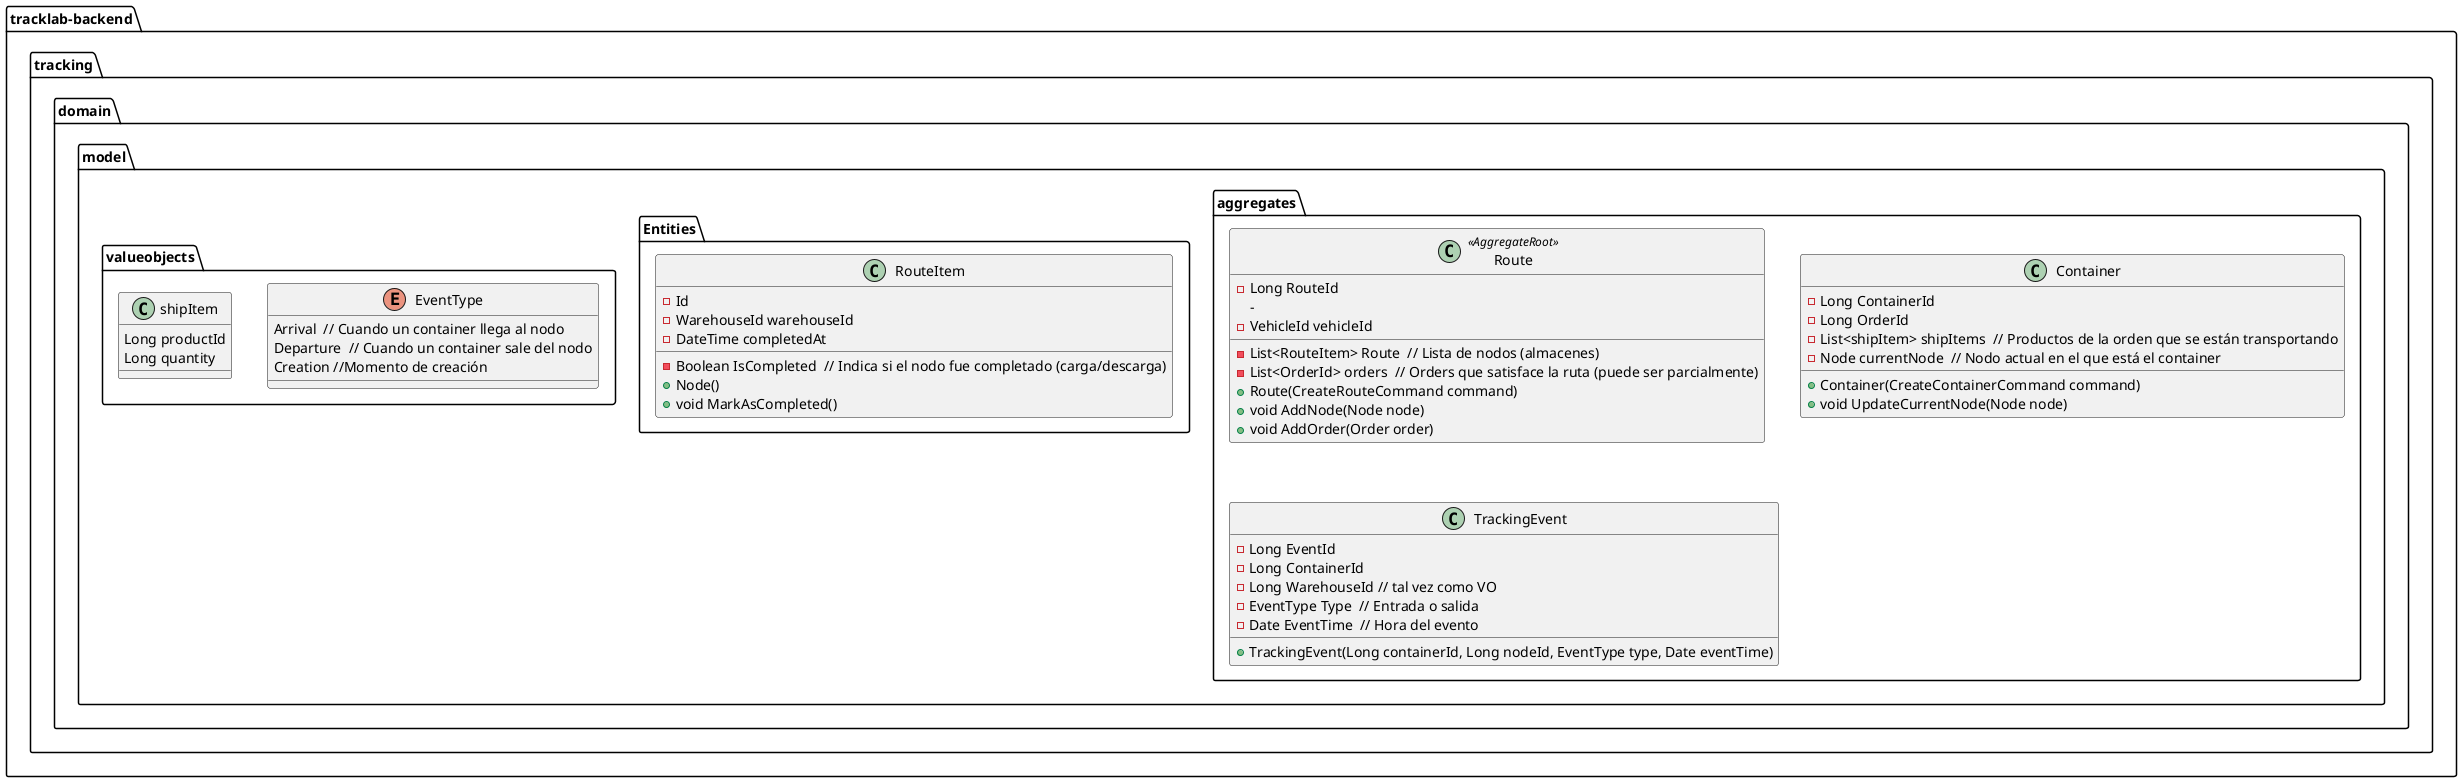
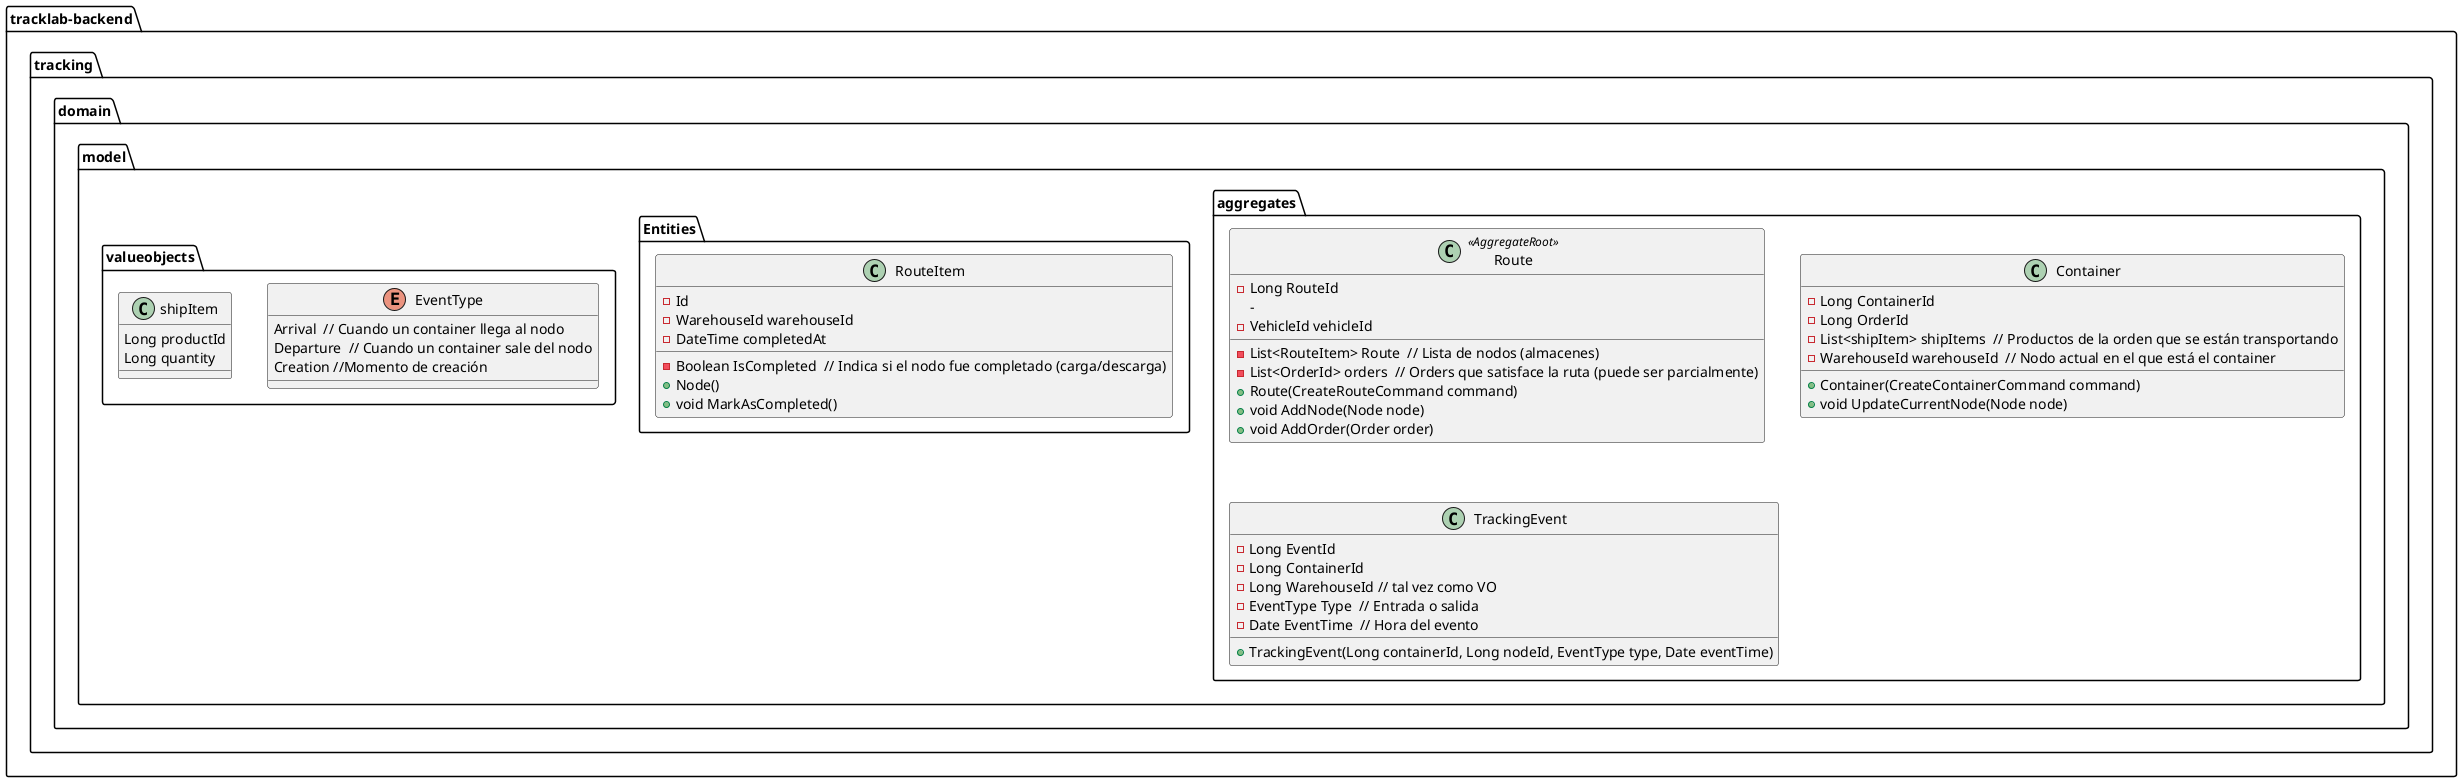
@startuml
package tracklab-backend as tracklab_backend  {
    package tracking {
        package domain {
            package model {
                package aggregates {
                    class Route <<AggregateRoot>> {
                        - Long RouteId
                        - List<RouteItem> Route  // Lista de nodos (almacenes)
                        - List<OrderId> orders  // Orders que satisface la ruta (puede ser parcialmente)
                        -
                        - VehicleId vehicleId
                        + Route(CreateRouteCommand command)
                        + void AddNode(Node node)
                        + void AddOrder(Order order)
                    }


                    class Container {
                        - Long ContainerId
                        - Long OrderId
                        - List<shipItem> shipItems  // Productos de la orden que se están transportando
-                         - Node currentNode  // Nodo actual en el que está el container
+                         - WarehouseId warehouseId  // Nodo actual en el que está el container
                        + Container(CreateContainerCommand command)
                        + void UpdateCurrentNode(Node node)
                    }

                    class TrackingEvent {
                        - Long EventId
                        - Long ContainerId
                        - Long WarehouseId // tal vez como VO
                        - EventType Type  // Entrada o salida
                        - Date EventTime  // Hora del evento
                        + TrackingEvent(Long containerId, Long nodeId, EventType type, Date eventTime)
                    }
                }

                package Entities{
                    class RouteItem {
                        - Id
                        - WarehouseId warehouseId
                        - DateTime completedAt
                        - Boolean IsCompleted  // Indica si el nodo fue completado (carga/descarga)
                        + Node()
                        + void MarkAsCompleted()
                    }
                }
                package valueobjects {
                    enum EventType {
                        Arrival  // Cuando un container llega al nodo
                        Departure  // Cuando un container sale del nodo
                        Creation //Momento de creación
                    }
                    class shipItem{
                        Long productId
                        Long quantity
                    }
                }
            }
        }
    }
}
@enduml
